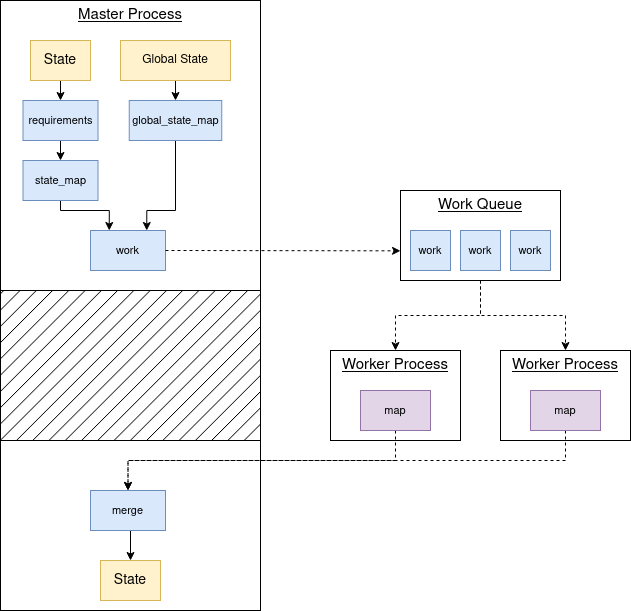
Earlier version of the draw.io export README.md.d/michie-execution.png (galatolofederico/michie). Source tidied: cells renumbered, new cells last; positions are measured from the earlier drawing's top-left corner, leaving out a move shared by most shapes. Source of this version:
```xml
<mxGraphModel math="1">
  <root>
    <mxCell id="0" />
    <mxCell id="1" parent="0" />
    <mxCell id="2" style="rounded=0;whiteSpace=wrap;html=1;fontSize=13;" parent="1" vertex="1">
      <mxGeometry y="440" width="260" height="170" as="geometry" />
    </mxCell>
    <mxCell id="3" value="Master Process" style="rounded=0;whiteSpace=wrap;html=1;fontSize=15;labelPosition=center;verticalLabelPosition=middle;align=center;verticalAlign=top;fontStyle=4;" parent="1" vertex="1">
      <mxGeometry width="260" height="290" as="geometry" />
    </mxCell>
    <mxCell id="4" style="edgeStyle=orthogonalEdgeStyle;rounded=0;jettySize=auto;html=1;exitX=0.5;exitY=1;exitDx=0;exitDy=0;entryX=0.5;entryY=0;entryDx=0;entryDy=0;fontSize=11;" parent="1" edge="1" source="5" target="13">
      <mxGeometry relative="1" as="geometry" />
    </mxCell>
    <mxCell id="5" value="&lt;div style=&quot;font-size: 12px;&quot;&gt;Global State&lt;br style=&quot;font-size: 12px;&quot;&gt;&lt;/div&gt;" style="rounded=0;whiteSpace=wrap;html=1;fontSize=12;fillColor=#fff2cc;strokeColor=#d6b656;" parent="1" vertex="1">
      <mxGeometry x="120" y="40" width="110" height="40" as="geometry" />
    </mxCell>
    <mxCell id="6" style="edgeStyle=orthogonalEdgeStyle;rounded=0;jettySize=auto;html=1;exitX=0.5;exitY=1;exitDx=0;exitDy=0;entryX=0.5;entryY=0;entryDx=0;entryDy=0;fontSize=11;" parent="1" edge="1" source="7" target="9">
      <mxGeometry relative="1" as="geometry" />
    </mxCell>
    <mxCell id="7" value="State" style="rounded=0;whiteSpace=wrap;html=1;fontSize=14;fillColor=#fff2cc;strokeColor=#d6b656;" parent="1" vertex="1">
      <mxGeometry x="30" y="40" width="60" height="40" as="geometry" />
    </mxCell>
    <mxCell id="8" style="edgeStyle=orthogonalEdgeStyle;rounded=0;jettySize=auto;html=1;exitX=0.5;exitY=1;exitDx=0;exitDy=0;entryX=0.5;entryY=0;entryDx=0;entryDy=0;fontSize=11;fillColor=#dae8fc;strokeColor=#000000;" parent="1" edge="1" source="9" target="11">
      <mxGeometry relative="1" as="geometry" />
    </mxCell>
    <mxCell id="9" value="requirements" style="rounded=0;whiteSpace=wrap;html=1;fontSize=11;fillColor=#dae8fc;strokeColor=#6c8ebf;" parent="1" vertex="1">
      <mxGeometry x="22.5" y="100" width="75" height="40" as="geometry" />
    </mxCell>
    <mxCell id="10" style="edgeStyle=orthogonalEdgeStyle;rounded=0;jettySize=auto;html=1;exitX=0.5;exitY=1;exitDx=0;exitDy=0;strokeColor=#000000;fontSize=17;entryX=0.25;entryY=0;entryDx=0;entryDy=0;" parent="1" edge="1" source="11" target="17">
      <mxGeometry relative="1" as="geometry">
        <Array as="points">
          <mxPoint x="60" y="210" />
          <mxPoint x="109" y="210" />
        </Array>
      </mxGeometry>
    </mxCell>
    <mxCell id="11" value="state_map" style="rounded=0;whiteSpace=wrap;html=1;fontSize=11;fillColor=#dae8fc;strokeColor=#6c8ebf;" parent="1" vertex="1">
      <mxGeometry x="22.5" y="160" width="75" height="40" as="geometry" />
    </mxCell>
    <mxCell id="12" style="edgeStyle=orthogonalEdgeStyle;rounded=0;jettySize=auto;html=1;exitX=0.5;exitY=1;exitDx=0;exitDy=0;strokeColor=#000000;fontSize=17;entryX=0.75;entryY=0;entryDx=0;entryDy=0;" parent="1" edge="1" source="13" target="17">
      <mxGeometry relative="1" as="geometry">
        <Array as="points">
          <mxPoint x="175" y="210" />
          <mxPoint x="146" y="210" />
        </Array>
      </mxGeometry>
    </mxCell>
    <mxCell id="13" value="global_state_map" style="rounded=0;whiteSpace=wrap;html=1;fontSize=11;fillColor=#dae8fc;strokeColor=#6c8ebf;" parent="1" vertex="1">
      <mxGeometry x="128.8" y="100" width="92.5" height="40" as="geometry" />
    </mxCell>
    <mxCell id="14" style="edgeStyle=orthogonalEdgeStyle;rounded=0;jettySize=auto;html=1;exitX=0.5;exitY=1;exitDx=0;exitDy=0;entryX=0.5;entryY=0;entryDx=0;entryDy=0;dashed=1;strokeColor=#000000;fontSize=13;" parent="1" edge="1" source="16" target="22">
      <mxGeometry relative="1" as="geometry" />
    </mxCell>
    <mxCell id="15" style="edgeStyle=orthogonalEdgeStyle;rounded=0;jettySize=auto;html=1;exitX=0.5;exitY=1;exitDx=0;exitDy=0;entryX=0.5;entryY=0;entryDx=0;entryDy=0;dashed=1;strokeColor=#000000;fontSize=13;" parent="1" edge="1" source="16" target="23">
      <mxGeometry relative="1" as="geometry" />
    </mxCell>
    <mxCell id="16" value="Work Queue" style="rounded=0;whiteSpace=wrap;html=1;fontSize=15;verticalAlign=top;fontStyle=4;" parent="1" vertex="1">
      <mxGeometry x="400" y="190" width="160" height="90" as="geometry" />
    </mxCell>
    <mxCell id="17" value="work" style="rounded=0;whiteSpace=wrap;html=1;fontSize=11;fillColor=#dae8fc;strokeColor=#6c8ebf;" parent="1" vertex="1">
      <mxGeometry x="90" y="230" width="75" height="40" as="geometry" />
    </mxCell>
    <mxCell id="18" value="work" style="rounded=0;whiteSpace=wrap;html=1;fontSize=11;fillColor=#dae8fc;strokeColor=#6c8ebf;" parent="1" vertex="1">
      <mxGeometry x="410" y="230" width="40" height="40" as="geometry" />
    </mxCell>
    <mxCell id="19" value="work" style="rounded=0;whiteSpace=wrap;html=1;fontSize=11;fillColor=#dae8fc;strokeColor=#6c8ebf;" parent="1" vertex="1">
      <mxGeometry x="460" y="230" width="40" height="40" as="geometry" />
    </mxCell>
    <mxCell id="20" value="work" style="rounded=0;whiteSpace=wrap;html=1;fontSize=11;fillColor=#dae8fc;strokeColor=#6c8ebf;" parent="1" vertex="1">
      <mxGeometry x="510" y="230" width="40" height="40" as="geometry" />
    </mxCell>
    <mxCell id="21" style="endArrow=classic;html=1;rounded=0;strokeColor=#000000;fontSize=15;dashed=1;" parent="1" edge="1">
      <mxGeometry relative="1" as="geometry">
        <mxPoint x="165" y="250" as="sourcePoint" />
        <mxPoint x="400" y="250.3" as="targetPoint" />
      </mxGeometry>
    </mxCell>
    <mxCell id="22" value="Worker Process" style="rounded=0;whiteSpace=wrap;html=1;fontSize=15;verticalAlign=top;fontStyle=4;" parent="1" vertex="1">
      <mxGeometry x="330" y="350" width="130" height="90" as="geometry" />
    </mxCell>
    <mxCell id="23" value="Worker Process" style="rounded=0;whiteSpace=wrap;html=1;fontSize=15;verticalAlign=top;fontStyle=4;" parent="1" vertex="1">
      <mxGeometry x="500" y="350" width="130" height="90" as="geometry" />
    </mxCell>
    <mxCell id="24" style="edgeStyle=orthogonalEdgeStyle;rounded=0;jettySize=auto;html=1;exitX=0.5;exitY=1;exitDx=0;exitDy=0;entryX=0.5;entryY=0;entryDx=0;entryDy=0;dashed=1;strokeColor=#000000;fontSize=13;" parent="1" edge="1" source="25" target="29">
      <mxGeometry relative="1" as="geometry" />
    </mxCell>
    <mxCell id="25" value="map" style="rounded=0;whiteSpace=wrap;html=1;fontSize=11;fillColor=#e1d5e7;strokeColor=#9673a6;" parent="1" vertex="1">
      <mxGeometry x="360" y="390" width="70" height="40" as="geometry" />
    </mxCell>
    <mxCell id="26" style="edgeStyle=orthogonalEdgeStyle;rounded=0;jettySize=auto;html=1;exitX=0.5;exitY=1;exitDx=0;exitDy=0;entryX=0.5;entryY=0;entryDx=0;entryDy=0;strokeColor=#000000;fontSize=13;dashed=1;" parent="1" edge="1" source="27" target="29">
      <mxGeometry relative="1" as="geometry" />
    </mxCell>
    <mxCell id="27" value="map" style="rounded=0;whiteSpace=wrap;html=1;fontSize=11;fillColor=#e1d5e7;strokeColor=#9673a6;" parent="1" vertex="1">
      <mxGeometry x="530" y="390" width="70" height="40" as="geometry" />
    </mxCell>
    <mxCell id="28" style="edgeStyle=orthogonalEdgeStyle;rounded=0;jettySize=auto;html=1;exitX=0.5;exitY=1;exitDx=0;exitDy=0;entryX=0.5;entryY=0;entryDx=0;entryDy=0;strokeColor=#000000;fontSize=13;" parent="1" edge="1" source="29" target="30">
      <mxGeometry relative="1" as="geometry" />
    </mxCell>
    <mxCell id="29" value="merge" style="rounded=0;whiteSpace=wrap;html=1;fontSize=11;fillColor=#dae8fc;strokeColor=#6c8ebf;" parent="1" vertex="1">
      <mxGeometry x="90" y="490" width="75" height="40" as="geometry" />
    </mxCell>
    <mxCell id="30" value="State" style="rounded=0;whiteSpace=wrap;html=1;fontSize=14;fillColor=#fff2cc;strokeColor=#d6b656;" parent="1" vertex="1">
      <mxGeometry x="100" y="560" width="60" height="40" as="geometry" />
    </mxCell>
    <mxCell id="31" style="rounded=0;whiteSpace=wrap;html=1;fontSize=13;fillStyle=hatch;fillColor=#000000;" parent="1" vertex="1">
      <mxGeometry y="290" width="260" height="150" as="geometry" />
    </mxCell>
  </root>
</mxGraphModel>
```
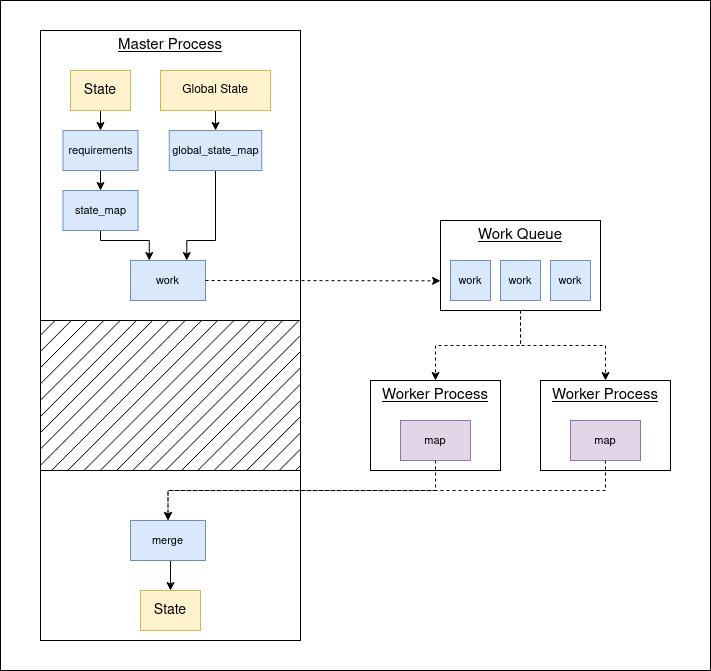
After the change.

Diff of the diagram source:
```diff
@@ -2,6 +2,9 @@
   <root>
     <mxCell id="0" />
     <mxCell id="1" parent="0" />
+    <mxCell id="32" style="rounded=0;whiteSpace=wrap;html=1;" parent="1" vertex="1">
+      <mxGeometry x="-40" y="-30" width="710" height="670" as="geometry" />
+    </mxCell>
     <mxCell id="2" style="rounded=0;whiteSpace=wrap;html=1;fontSize=13;" parent="1" vertex="1">
       <mxGeometry y="440" width="260" height="170" as="geometry" />
     </mxCell>
```
